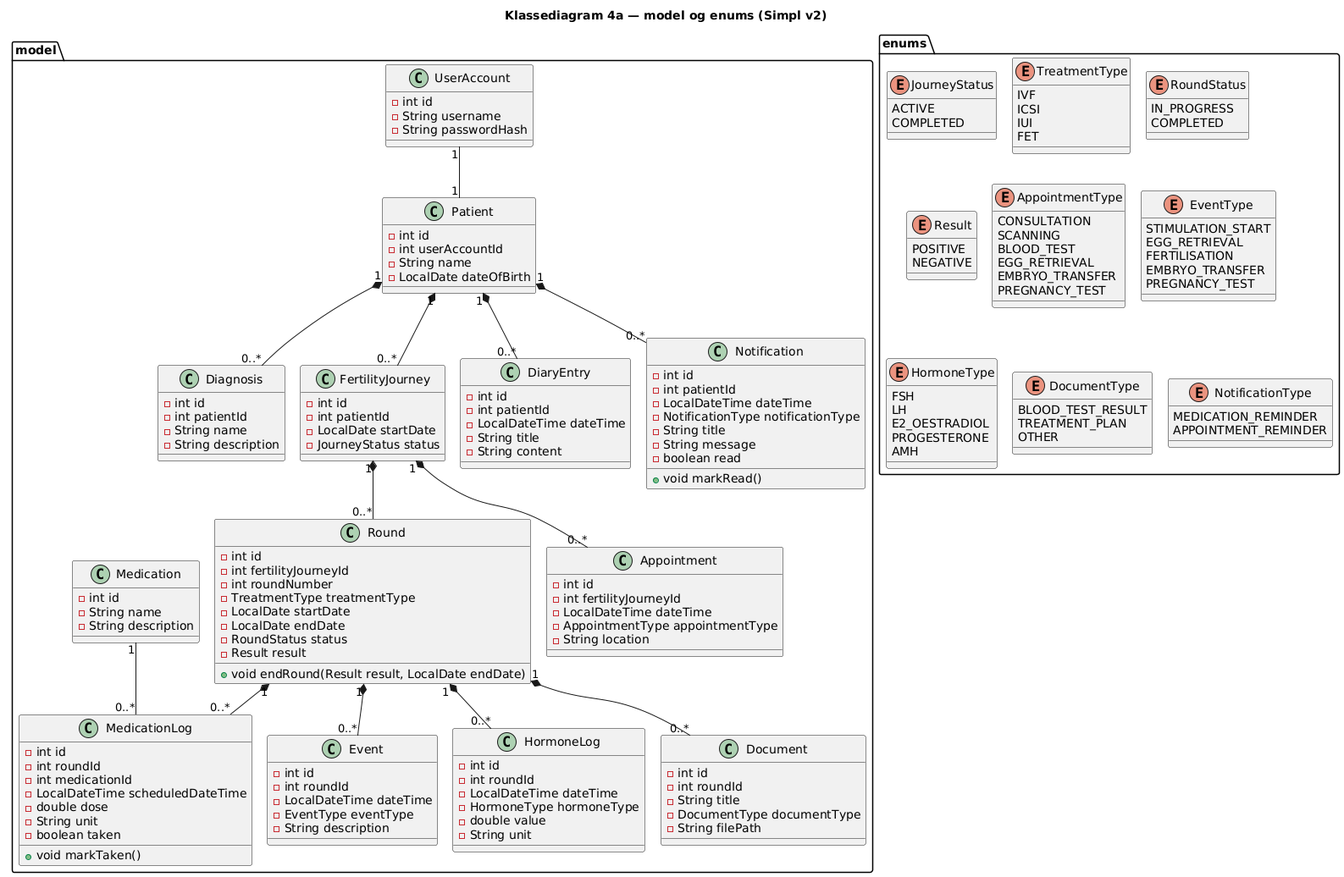
Earlier version of the PlantUML export doc/static/Klassediagram4a.png (BesimaP/Simpl-PET-project).
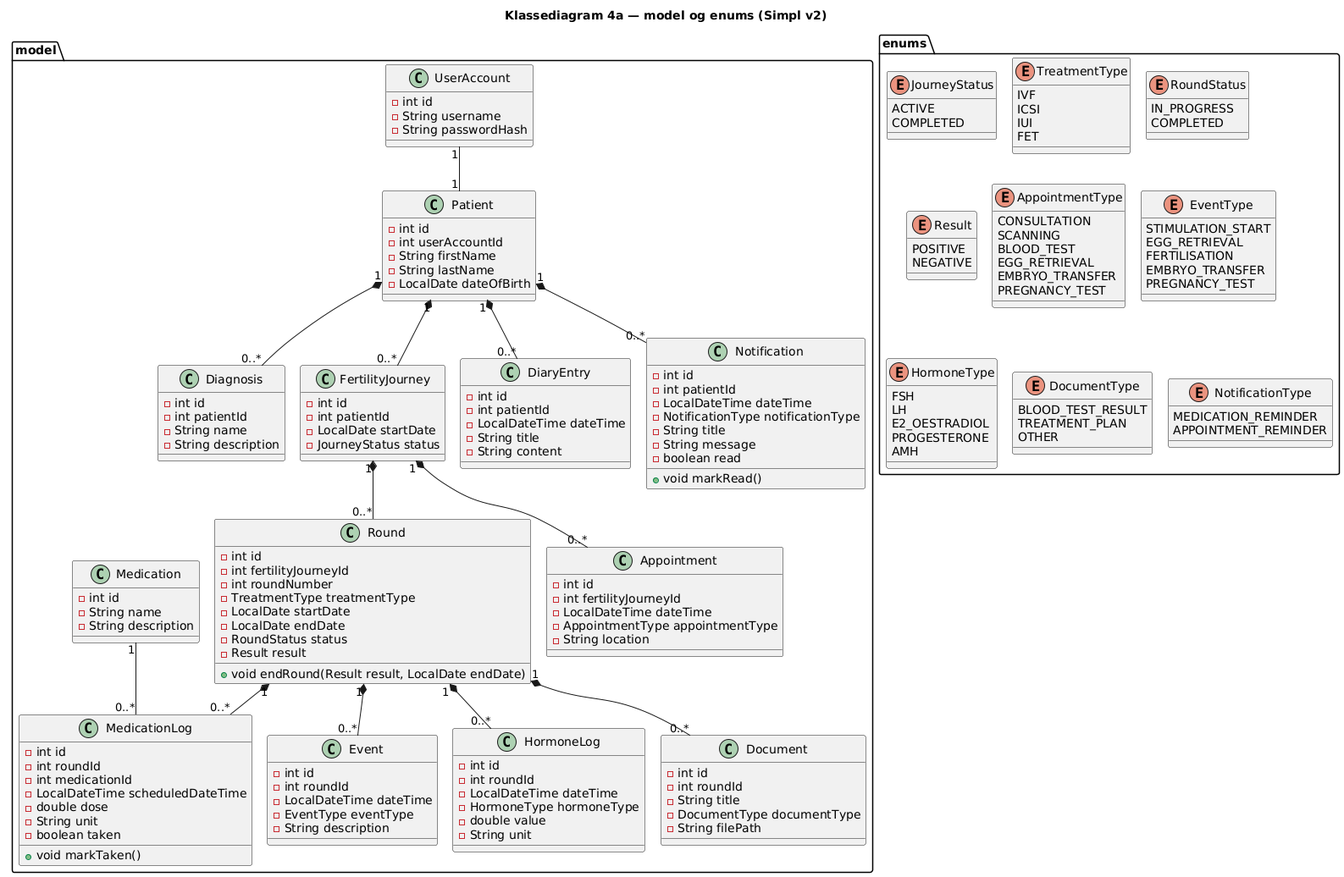
After the change.

The edit, as a diff of the source:
```diff
@@ -15,7 +15,8 @@
   class Patient {
     - int id
     - int userAccountId
-    - String name
+    - String firstName
+    - String lastName
     - LocalDate dateOfBirth
   }
 
```
